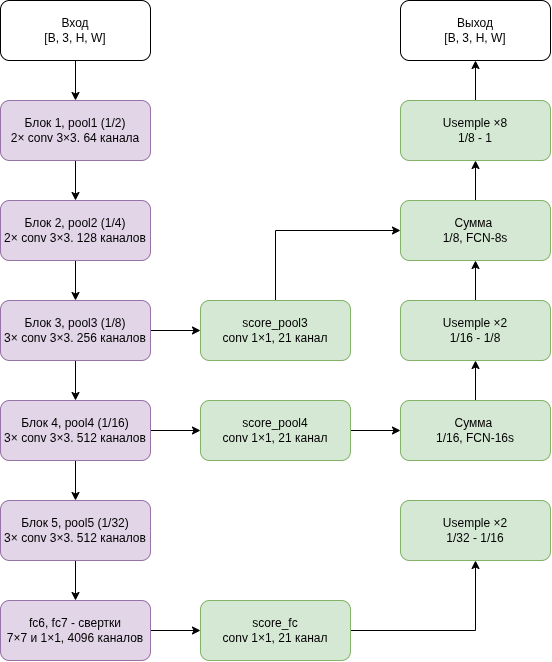
Earlier version of the draw.io export 01_fcn/FCN.png (Alessandra-m/nn-to-transformers-segmentation). Source tidied: cells renumbered, new cells last; positions are measured from the earlier drawing's top-left corner, leaving out a move shared by most shapes.
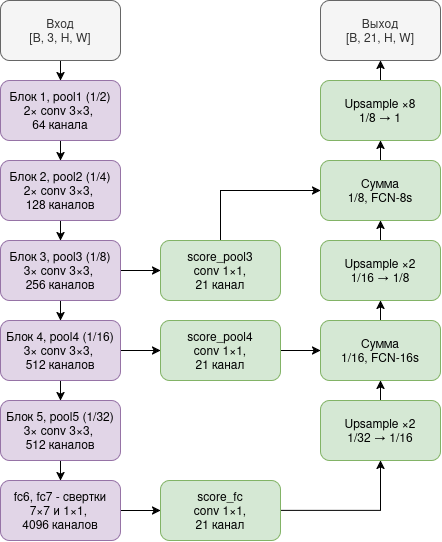
The same file after the commit.

Commit message:
01_fcn: sync FCN.png and README with FCN repo

Change to the diagram source:
```diff
@@ -2,101 +2,108 @@
   <root>
     <mxCell id="0" />
     <mxCell id="1" parent="0" />
-    <mxCell id="2" style="edgeStyle=orthogonalEdgeStyle;rounded=0;jettySize=auto;html=1;entryX=0.5;entryY=0;entryDx=0;entryDy=0;" parent="1" edge="1" source="3" target="5">
-      <mxGeometry relative="1" as="geometry" />
-    </mxCell>
+    <mxCell id="34" style="edgeStyle=orthogonalEdgeStyle;rounded=0;jettySize=auto;html=1;exitX=0.5;exitY=1;exitDx=0;exitDy=0;" parent="1" edge="1" source="3" target="36">
+      <mxGeometry relative="1" as="geometry" />
+    </mxCell>
-    <mxCell id="3" value="Вход&lt;br&gt;[B, 3, H, W]" style="rounded=1;whiteSpace=wrap;html=1;roundedPerimeter=1;" parent="1" vertex="1">
-      <mxGeometry width="150" height="60" as="geometry" />
+    <mxCell id="3" value="Вход&lt;br&gt;[B, 3, H, W]" style="rounded=1;whiteSpace=wrap;html=1;fillColor=#f5f5f5;strokeColor=#666666;fontColor=#333333;" parent="1" vertex="1">
+      <mxGeometry x="80" y="-60" width="120" height="60" as="geometry" />
     </mxCell>
-    <mxCell id="4" style="edgeStyle=orthogonalEdgeStyle;rounded=0;jettySize=auto;html=1;" parent="1" edge="1" source="5" target="7">
-      <mxGeometry relative="1" as="geometry" />
-    </mxCell>
-    <mxCell id="5" value="Блок 1, pool1 (1/2)&lt;div&gt;2× conv 3&lt;span style=&quot;background-color: transparent; color: light-dark(rgb(0, 0, 0), rgb(255, 255, 255));&quot;&gt;×3. 64 канала&lt;/span&gt;&lt;/div&gt;" style="rounded=1;whiteSpace=wrap;html=1;roundedPerimeter=1;fillColor=#e1d5e7;strokeColor=#9673a6;" parent="1" vertex="1">
-      <mxGeometry y="100" width="150" height="60" as="geometry" />
-    </mxCell>
-    <mxCell id="6" style="edgeStyle=orthogonalEdgeStyle;rounded=0;jettySize=auto;html=1;" parent="1" edge="1" source="7" target="10">
-      <mxGeometry relative="1" as="geometry" />
-    </mxCell>
-    <mxCell id="7" value="Блок 2, pool2 (1/4)&lt;div&gt;2× conv 3&lt;span style=&quot;background-color: transparent; color: light-dark(rgb(0, 0, 0), rgb(255, 255, 255));&quot;&gt;×3. 128 каналов&lt;/span&gt;&lt;/div&gt;" style="rounded=1;whiteSpace=wrap;html=1;roundedPerimeter=1;fillColor=#e1d5e7;strokeColor=#9673a6;" parent="1" vertex="1">
-      <mxGeometry y="200" width="150" height="60" as="geometry" />
-    </mxCell>
-    <mxCell id="8" style="edgeStyle=orthogonalEdgeStyle;rounded=0;jettySize=auto;html=1;" parent="1" edge="1" source="10" target="13">
-      <mxGeometry relative="1" as="geometry" />
-    </mxCell>
-    <mxCell id="9" style="edgeStyle=orthogonalEdgeStyle;rounded=0;jettySize=auto;html=1;entryX=0;entryY=0.5;entryDx=0;entryDy=0;" parent="1" edge="1" source="10" target="19">
-      <mxGeometry relative="1" as="geometry" />
-    </mxCell>
-    <mxCell id="10" value="Блок 3, pool3 (1/8)&lt;div&gt;3× conv 3&lt;span style=&quot;background-color: transparent; color: light-dark(rgb(0, 0, 0), rgb(255, 255, 255));&quot;&gt;×3. 256 каналов&lt;/span&gt;&lt;/div&gt;" style="rounded=1;whiteSpace=wrap;html=1;roundedPerimeter=1;fillColor=#e1d5e7;strokeColor=#9673a6;" parent="1" vertex="1">
-      <mxGeometry y="300" width="150" height="60" as="geometry" />
-    </mxCell>
-    <mxCell id="11" style="edgeStyle=orthogonalEdgeStyle;rounded=0;jettySize=auto;html=1;entryX=0.5;entryY=0;entryDx=0;entryDy=0;" parent="1" edge="1" source="13" target="15">
-      <mxGeometry relative="1" as="geometry" />
-    </mxCell>
-    <mxCell id="12" style="edgeStyle=orthogonalEdgeStyle;rounded=0;jettySize=auto;html=1;entryX=0;entryY=0.5;entryDx=0;entryDy=0;" parent="1" edge="1" source="13" target="21">
-      <mxGeometry relative="1" as="geometry" />
-    </mxCell>
-    <mxCell id="13" value="Блок 4, pool4 (1/16)&lt;div&gt;3× conv 3&lt;span style=&quot;background-color: transparent; color: light-dark(rgb(0, 0, 0), rgb(255, 255, 255));&quot;&gt;×3. 512 каналов&lt;/span&gt;&lt;/div&gt;" style="rounded=1;whiteSpace=wrap;html=1;roundedPerimeter=1;fillColor=#e1d5e7;strokeColor=#9673a6;" parent="1" vertex="1">
-      <mxGeometry y="400" width="150" height="60" as="geometry" />
-    </mxCell>
-    <mxCell id="14" style="edgeStyle=orthogonalEdgeStyle;rounded=0;jettySize=auto;html=1;entryX=0.5;entryY=0;entryDx=0;entryDy=0;" parent="1" edge="1" source="15" target="17">
-      <mxGeometry relative="1" as="geometry" />
-    </mxCell>
-    <mxCell id="15" value="Блок 5, pool5 (1/32)&lt;div&gt;3× conv 3&lt;span style=&quot;background-color: transparent; color: light-dark(rgb(0, 0, 0), rgb(255, 255, 255));&quot;&gt;×3. 512 каналов&lt;/span&gt;&lt;/div&gt;" style="rounded=1;whiteSpace=wrap;html=1;roundedPerimeter=1;fillColor=#e1d5e7;strokeColor=#9673a6;" parent="1" vertex="1">
-      <mxGeometry y="500" width="150" height="60" as="geometry" />
-    </mxCell>
-    <mxCell id="16" style="edgeStyle=orthogonalEdgeStyle;rounded=0;jettySize=auto;html=1;entryX=0;entryY=0.5;entryDx=0;entryDy=0;" parent="1" edge="1" source="17" target="23">
-      <mxGeometry relative="1" as="geometry" />
-    </mxCell>
-    <mxCell id="17" value="fc6, fc7 - свертки&lt;div&gt;7&lt;span style=&quot;background-color: transparent; color: light-dark(rgb(0, 0, 0), rgb(255, 255, 255));&quot;&gt;×7 и 1&lt;/span&gt;&lt;span style=&quot;background-color: transparent; color: light-dark(rgb(0, 0, 0), rgb(255, 255, 255));&quot;&gt;×1, 4096 каналов&lt;/span&gt;&lt;/div&gt;" style="rounded=1;whiteSpace=wrap;html=1;roundedPerimeter=1;fillColor=#e1d5e7;strokeColor=#9673a6;" parent="1" vertex="1">
-      <mxGeometry y="600" width="150" height="60" as="geometry" />
-    </mxCell>
-    <mxCell id="18" style="edgeStyle=orthogonalEdgeStyle;rounded=0;jettySize=auto;html=1;exitX=0.5;exitY=0;exitDx=0;exitDy=0;entryX=0;entryY=0.5;entryDx=0;entryDy=0;" parent="1" edge="1" source="19" target="28">
-      <mxGeometry relative="1" as="geometry" />
-    </mxCell>
-    <mxCell id="19" value="score_pool3&lt;div&gt;conv 1&lt;span style=&quot;color: light-dark(rgb(0, 0, 0), rgb(255, 255, 255)); background-color: transparent;&quot;&gt;×1, 21 канал&lt;/span&gt;&lt;/div&gt;" style="rounded=1;whiteSpace=wrap;html=1;roundedPerimeter=1;fillColor=#d5e8d4;strokeColor=#82b366;" parent="1" vertex="1">
-      <mxGeometry x="200" y="300" width="150" height="60" as="geometry" />
-    </mxCell>
-    <mxCell id="20" style="edgeStyle=orthogonalEdgeStyle;rounded=0;jettySize=auto;html=1;exitX=1;exitY=0.5;exitDx=0;exitDy=0;entryX=0;entryY=0.5;entryDx=0;entryDy=0;" parent="1" edge="1" source="21" target="32">
-      <mxGeometry relative="1" as="geometry" />
-    </mxCell>
-    <mxCell id="21" value="score_pool4&lt;div&gt;conv 1&lt;span style=&quot;color: light-dark(rgb(0, 0, 0), rgb(255, 255, 255)); background-color: transparent;&quot;&gt;×1, 21 канал&lt;/span&gt;&lt;/div&gt;" style="rounded=1;whiteSpace=wrap;html=1;roundedPerimeter=1;fillColor=#d5e8d4;strokeColor=#82b366;" parent="1" vertex="1">
-      <mxGeometry x="200" y="400" width="150" height="60" as="geometry" />
-    </mxCell>
-    <mxCell id="22" style="edgeStyle=orthogonalEdgeStyle;rounded=0;jettySize=auto;html=1;exitX=1;exitY=0.5;exitDx=0;exitDy=0;entryX=0.5;entryY=1;entryDx=0;entryDy=0;" parent="1" edge="1" source="23" target="33">
-      <mxGeometry relative="1" as="geometry" />
-    </mxCell>
-    <mxCell id="23" value="score_fc&lt;div&gt;conv 1&lt;span style=&quot;color: light-dark(rgb(0, 0, 0), rgb(255, 255, 255)); background-color: transparent;&quot;&gt;×1, 21 канал&lt;/span&gt;&lt;/div&gt;" style="rounded=1;whiteSpace=wrap;html=1;roundedPerimeter=1;fillColor=#d5e8d4;strokeColor=#82b366;" parent="1" vertex="1">
-      <mxGeometry x="200" y="600" width="150" height="60" as="geometry" />
-    </mxCell>
-    <mxCell id="24" value="Выход&lt;br&gt;[B, 3, H, W]" style="rounded=1;whiteSpace=wrap;html=1;roundedPerimeter=1;" parent="1" vertex="1">
-      <mxGeometry x="400" width="150" height="60" as="geometry" />
-    </mxCell>
-    <mxCell id="25" style="edgeStyle=orthogonalEdgeStyle;rounded=0;jettySize=auto;html=1;exitX=0.5;exitY=0;exitDx=0;exitDy=0;entryX=0.5;entryY=1;entryDx=0;entryDy=0;" parent="1" edge="1" source="26" target="24">
-      <mxGeometry relative="1" as="geometry" />
-    </mxCell>
-    <mxCell id="26" value="Usemple ×8&lt;div&gt;1/8 - 1&lt;/div&gt;" style="rounded=1;whiteSpace=wrap;html=1;roundedPerimeter=1;fillColor=#d5e8d4;strokeColor=#82b366;" parent="1" vertex="1">
-      <mxGeometry x="400" y="100" width="150" height="60" as="geometry" />
-    </mxCell>
-    <mxCell id="27" style="edgeStyle=orthogonalEdgeStyle;rounded=0;jettySize=auto;html=1;exitX=0.5;exitY=0;exitDx=0;exitDy=0;entryX=0.5;entryY=1;entryDx=0;entryDy=0;" parent="1" edge="1" source="28" target="26">
-      <mxGeometry relative="1" as="geometry" />
-    </mxCell>
+    <mxCell id="35" style="edgeStyle=orthogonalEdgeStyle;rounded=0;jettySize=auto;html=1;" parent="1" edge="1" source="36" target="38">
+      <mxGeometry relative="1" as="geometry" />
+    </mxCell>
+    <mxCell id="36" value="&lt;div&gt;Блок 1, pool1 (1/2)&lt;/div&gt;&lt;div&gt;2×&amp;nbsp;conv 3×3,&amp;nbsp;&lt;/div&gt;&lt;div&gt;64 канала&lt;/div&gt;" style="rounded=1;whiteSpace=wrap;html=1;fillColor=#e1d5e7;strokeColor=#9673a6;" parent="1" vertex="1">
+      <mxGeometry x="80" y="20" width="120" height="60" as="geometry" />
+    </mxCell>
+    <mxCell id="37" style="edgeStyle=orthogonalEdgeStyle;rounded=0;jettySize=auto;html=1;" parent="1" edge="1" source="38" target="41">
+      <mxGeometry relative="1" as="geometry" />
+    </mxCell>
+    <mxCell id="38" value="&lt;div&gt;Блок 2, pool2 (1/4)&lt;/div&gt;&lt;div&gt;2×&amp;nbsp;conv 3×3,&amp;nbsp;&lt;/div&gt;&lt;div&gt;128&amp;nbsp;каналов&lt;/div&gt;" style="rounded=1;whiteSpace=wrap;html=1;fillColor=#e1d5e7;strokeColor=#9673a6;" parent="1" vertex="1">
+      <mxGeometry x="80" y="100" width="120" height="60" as="geometry" />
+    </mxCell>
+    <mxCell id="39" style="edgeStyle=orthogonalEdgeStyle;rounded=0;jettySize=auto;html=1;" parent="1" edge="1" source="41" target="44">
+      <mxGeometry relative="1" as="geometry" />
+    </mxCell>
+    <mxCell id="40" style="edgeStyle=orthogonalEdgeStyle;rounded=0;jettySize=auto;html=1;" parent="1" edge="1" source="41" target="54">
+      <mxGeometry relative="1" as="geometry" />
+    </mxCell>
+    <mxCell id="41" value="&lt;div&gt;Блок 3, pool3 (1/8)&lt;/div&gt;&lt;div&gt;3×&amp;nbsp;conv 3×3,&amp;nbsp;&lt;/div&gt;&lt;div&gt;256&amp;nbsp;каналов&lt;/div&gt;" style="rounded=1;whiteSpace=wrap;html=1;fillColor=#e1d5e7;strokeColor=#9673a6;" parent="1" vertex="1">
+      <mxGeometry x="80" y="180" width="120" height="60" as="geometry" />
+    </mxCell>
+    <mxCell id="42" style="edgeStyle=orthogonalEdgeStyle;rounded=0;jettySize=auto;html=1;" parent="1" edge="1" source="44" target="46">
+      <mxGeometry relative="1" as="geometry" />
+    </mxCell>
+    <mxCell id="43" style="edgeStyle=orthogonalEdgeStyle;rounded=0;jettySize=auto;html=1;entryX=0;entryY=0.5;entryDx=0;entryDy=0;" parent="1" edge="1" source="44" target="52">
+      <mxGeometry relative="1" as="geometry" />
+    </mxCell>
+    <mxCell id="44" value="&lt;div&gt;Блок 4, pool4 (1/16)&lt;/div&gt;&lt;div&gt;3×&amp;nbsp;conv 3×3,&amp;nbsp;&lt;/div&gt;&lt;div&gt;512&amp;nbsp;каналов&lt;/div&gt;" style="rounded=1;whiteSpace=wrap;html=1;fillColor=#e1d5e7;strokeColor=#9673a6;" parent="1" vertex="1">
+      <mxGeometry x="80" y="260" width="120" height="60" as="geometry" />
+    </mxCell>
+    <mxCell id="45" style="edgeStyle=orthogonalEdgeStyle;rounded=0;jettySize=auto;html=1;" parent="1" edge="1" source="46" target="48">
+      <mxGeometry relative="1" as="geometry" />
+    </mxCell>
+    <mxCell id="46" value="&lt;div&gt;Блок 5, pool5 (1/32)&lt;/div&gt;&lt;div&gt;3×&amp;nbsp;conv 3×3,&amp;nbsp;&lt;/div&gt;&lt;div&gt;512 каналов&lt;/div&gt;" style="rounded=1;whiteSpace=wrap;html=1;fillColor=#e1d5e7;strokeColor=#9673a6;" parent="1" vertex="1">
+      <mxGeometry x="80" y="340" width="120" height="60" as="geometry" />
+    </mxCell>
+    <mxCell id="47" style="edgeStyle=orthogonalEdgeStyle;rounded=0;jettySize=auto;html=1;entryX=0;entryY=0.5;entryDx=0;entryDy=0;" parent="1" edge="1" source="48" target="50">
+      <mxGeometry relative="1" as="geometry" />
+    </mxCell>
+    <mxCell id="48" value="&lt;div&gt;fc6, fc7 - свертки&lt;/div&gt;&lt;div&gt;7×7 и 1×1,&amp;nbsp;&lt;/div&gt;&lt;div&gt;4096 каналов&lt;/div&gt;" style="rounded=1;whiteSpace=wrap;html=1;fillColor=#e1d5e7;strokeColor=#9673a6;" parent="1" vertex="1">
+      <mxGeometry x="80" y="420" width="120" height="60" as="geometry" />
+    </mxCell>
+    <mxCell id="49" style="edgeStyle=orthogonalEdgeStyle;rounded=0;jettySize=auto;html=1;entryX=0.5;entryY=1;entryDx=0;entryDy=0;" parent="1" edge="1" source="50" target="56">
+      <mxGeometry relative="1" as="geometry" />
+    </mxCell>
+    <mxCell id="50" value="score_fc&lt;div&gt;conv 1×1,&lt;/div&gt;&lt;div&gt;21 канал&lt;/div&gt;" style="rounded=1;whiteSpace=wrap;html=1;fillColor=#d5e8d4;strokeColor=#82b366;" parent="1" vertex="1">
+      <mxGeometry x="240" y="420" width="120" height="60" as="geometry" />
+    </mxCell>
+    <mxCell id="51" style="edgeStyle=orthogonalEdgeStyle;rounded=0;jettySize=auto;html=1;" parent="1" edge="1" source="52" target="32">
+      <mxGeometry relative="1" as="geometry" />
+    </mxCell>
+    <mxCell id="52" value="score_pool4&lt;div&gt;conv 1×1,&lt;/div&gt;&lt;div&gt;21 канал&lt;/div&gt;" style="rounded=1;whiteSpace=wrap;html=1;fillColor=#d5e8d4;strokeColor=#82b366;" parent="1" vertex="1">
+      <mxGeometry x="240" y="260" width="120" height="60" as="geometry" />
+    </mxCell>
+    <mxCell id="53" style="edgeStyle=orthogonalEdgeStyle;rounded=0;jettySize=auto;html=1;entryX=0;entryY=0.5;entryDx=0;entryDy=0;" parent="1" edge="1" source="54" target="28">
+      <mxGeometry relative="1" as="geometry">
+        <Array as="points">
+          <mxPoint x="300" y="130" />
+        </Array>
+      </mxGeometry>
+    </mxCell>
+    <mxCell id="54" value="score_pool3&lt;br&gt;&lt;div&gt;conv 1×1,&lt;/div&gt;&lt;div&gt;21 канал&lt;/div&gt;" style="rounded=1;whiteSpace=wrap;html=1;fillColor=#d5e8d4;strokeColor=#82b366;" parent="1" vertex="1">
+      <mxGeometry x="240" y="180" width="120" height="60" as="geometry" />
+    </mxCell>
+    <mxCell id="55" style="edgeStyle=orthogonalEdgeStyle;rounded=0;jettySize=auto;html=1;" parent="1" edge="1" source="56" target="32">
+      <mxGeometry relative="1" as="geometry" />
+    </mxCell>
+    <mxCell id="56" value="&lt;div&gt;Upsample&amp;nbsp;×2&lt;/div&gt;&lt;div&gt;1/32&amp;nbsp;→&amp;nbsp;1/16&lt;/div&gt;" style="rounded=1;whiteSpace=wrap;html=1;fillColor=#d5e8d4;strokeColor=#82b366;" parent="1" vertex="1">
+      <mxGeometry x="400" y="340" width="120" height="60" as="geometry" />
+    </mxCell>
+    <mxCell id="57" style="edgeStyle=orthogonalEdgeStyle;rounded=0;jettySize=auto;html=1;" parent="1" edge="1" source="32" target="59">
+      <mxGeometry relative="1" as="geometry" />
+    </mxCell>
+    <mxCell id="32" value="&lt;div&gt;Сумма&lt;/div&gt;&lt;div&gt;1/16, FCN-16s&lt;/div&gt;" style="rounded=1;whiteSpace=wrap;html=1;fillColor=#d5e8d4;strokeColor=#82b366;" parent="1" vertex="1">
+      <mxGeometry x="400" y="260" width="120" height="60" as="geometry" />
+    </mxCell>
+    <mxCell id="58" style="edgeStyle=orthogonalEdgeStyle;rounded=0;jettySize=auto;html=1;" parent="1" edge="1" source="59" target="28">
+      <mxGeometry relative="1" as="geometry" />
+    </mxCell>
+    <mxCell id="59" value="&lt;div&gt;Upsample&amp;nbsp;×2&lt;/div&gt;&lt;div&gt;1/16&amp;nbsp;→&amp;nbsp;1/8&lt;/div&gt;" style="rounded=1;whiteSpace=wrap;html=1;fillColor=#d5e8d4;strokeColor=#82b366;" parent="1" vertex="1">
+      <mxGeometry x="400" y="180" width="120" height="60" as="geometry" />
+    </mxCell>
+    <mxCell id="60" style="edgeStyle=orthogonalEdgeStyle;rounded=0;jettySize=auto;html=1;" parent="1" edge="1" source="28" target="62">
+      <mxGeometry relative="1" as="geometry" />
+    </mxCell>
-    <mxCell id="28" value="Сумма&amp;nbsp;&lt;div&gt;1/8, FCN-8s&lt;/div&gt;" style="rounded=1;whiteSpace=wrap;html=1;roundedPerimeter=1;fillColor=#d5e8d4;strokeColor=#82b366;" parent="1" vertex="1">
-      <mxGeometry x="400" y="200" width="150" height="60" as="geometry" />
+    <mxCell id="28" value="&lt;div&gt;Сумма&lt;/div&gt;&lt;div&gt;1/8, FCN-8s&lt;/div&gt;" style="rounded=1;whiteSpace=wrap;html=1;fillColor=#d5e8d4;strokeColor=#82b366;" parent="1" vertex="1">
+      <mxGeometry x="400" y="100" width="120" height="60" as="geometry" />
     </mxCell>
-    <mxCell id="29" style="edgeStyle=orthogonalEdgeStyle;rounded=0;jettySize=auto;html=1;exitX=0.5;exitY=0;exitDx=0;exitDy=0;entryX=0.5;entryY=1;entryDx=0;entryDy=0;" parent="1" edge="1" source="30" target="28">
-      <mxGeometry relative="1" as="geometry" />
-    </mxCell>
-    <mxCell id="30" value="Usemple ×2&lt;div&gt;1/16 - 1/8&lt;/div&gt;" style="rounded=1;whiteSpace=wrap;html=1;roundedPerimeter=1;fillColor=#d5e8d4;strokeColor=#82b366;" parent="1" vertex="1">
-      <mxGeometry x="400" y="300" width="150" height="60" as="geometry" />
-    </mxCell>
-    <mxCell id="31" style="edgeStyle=orthogonalEdgeStyle;rounded=0;jettySize=auto;html=1;exitX=0.5;exitY=0;exitDx=0;exitDy=0;entryX=0.5;entryY=1;entryDx=0;entryDy=0;" parent="1" edge="1" source="32" target="30">
-      <mxGeometry relative="1" as="geometry" />
-    </mxCell>
-    <mxCell id="32" value="Сумма&amp;nbsp;&lt;div&gt;1/16, FCN-16s&lt;/div&gt;" style="rounded=1;whiteSpace=wrap;html=1;roundedPerimeter=1;fillColor=#d5e8d4;strokeColor=#82b366;" parent="1" vertex="1">
-      <mxGeometry x="400" y="400" width="150" height="60" as="geometry" />
-    </mxCell>
-    <mxCell id="33" value="Usemple ×2&lt;div&gt;1/32 - 1/16&lt;/div&gt;" style="rounded=1;whiteSpace=wrap;html=1;roundedPerimeter=1;fillColor=#d5e8d4;strokeColor=#82b366;" parent="1" vertex="1">
-      <mxGeometry x="400" y="500" width="150" height="60" as="geometry" />
-    </mxCell>
+    <mxCell id="61" style="edgeStyle=orthogonalEdgeStyle;rounded=0;jettySize=auto;html=1;" parent="1" edge="1" source="62" target="63">
+      <mxGeometry relative="1" as="geometry" />
+    </mxCell>
+    <mxCell id="62" value="&lt;div&gt;Upsample&amp;nbsp;×8&lt;/div&gt;&lt;div&gt;1/8&amp;nbsp;→&amp;nbsp;1&lt;/div&gt;" style="rounded=1;whiteSpace=wrap;html=1;fillColor=#d5e8d4;strokeColor=#82b366;" parent="1" vertex="1">
+      <mxGeometry x="400" y="20" width="120" height="60" as="geometry" />
+    </mxCell>
+    <mxCell id="63" value="Выход&lt;br&gt;[B, 21, H, W]" style="rounded=1;whiteSpace=wrap;html=1;fillColor=#f5f5f5;strokeColor=#666666;fontColor=#333333;" parent="1" vertex="1">
+      <mxGeometry x="400" y="-60" width="120" height="60" as="geometry" />
+    </mxCell>
   </root>
 </mxGraphModel>
```
